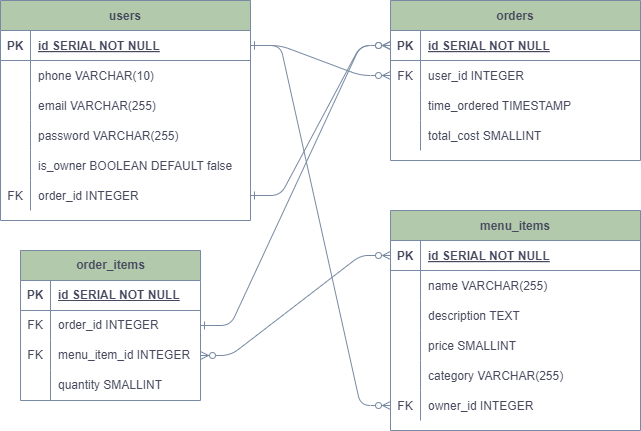
Before: planning/ERD.png, a diagram exported from draw.io (Jdob11/lazerPhoenix). Source tidied: cells renumbered, new cells last; positions are measured from the earlier drawing's top-left corner, leaving out a move shared by most shapes.
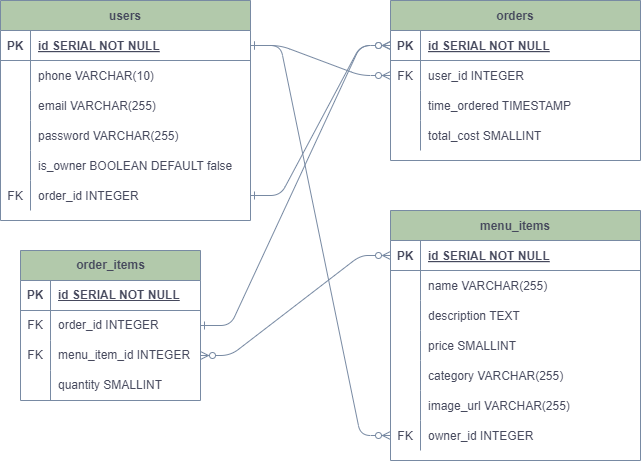
The same file after the commit.

Change to the diagram source:
```diff
@@ -45,7 +45,7 @@
       <mxGeometry x="30" width="220" height="30" as="geometry" />
     </mxCell>
     <mxCell id="16" value="menu_items" style="shape=table;startSize=30;rowLines=0;fontStyle=1;align=center;labelBackgroundColor=none;fillColor=#B2C9AB;strokeColor=#788AA3;fontColor=#46495D;" parent="1" vertex="1">
-      <mxGeometry x="390" y="210" width="250" height="220" as="geometry" />
+      <mxGeometry x="390" y="210" width="250" height="250" as="geometry" />
     </mxCell>
     <mxCell id="17" style="shape=partialRectangle;fillColor=none;points=[[0,0.5],[1,0.5]];portConstraint=eastwest;top=0;left=0;right=0;bottom=1;labelBackgroundColor=none;strokeColor=#788AA3;fontColor=#46495D;" parent="16" vertex="1">
       <mxGeometry y="30" width="250" height="30" as="geometry" />
@@ -92,8 +92,17 @@
     <mxCell id="31" value="category VARCHAR(255)" style="shape=partialRectangle;overflow=hidden;fillColor=none;top=0;left=0;bottom=0;right=0;align=left;spacingLeft=6;labelBackgroundColor=none;strokeColor=#788AA3;fontColor=#46495D;" parent="29" vertex="1">
       <mxGeometry x="30" width="220" height="30" as="geometry" />
     </mxCell>
+    <mxCell id="71" style="shape=partialRectangle;fillColor=none;top=0;left=0;right=0;bottom=0;labelBackgroundColor=none;strokeColor=#788AA3;fontColor=#46495D;" parent="16" vertex="1">
+      <mxGeometry y="180" width="250" height="30" as="geometry" />
+    </mxCell>
+    <mxCell id="72" style="shape=partialRectangle;overflow=hidden;fillColor=none;top=0;left=0;bottom=0;right=0;labelBackgroundColor=none;strokeColor=#788AA3;fontColor=#46495D;" parent="71" vertex="1">
+      <mxGeometry width="30" height="30" as="geometry" />
+    </mxCell>
+    <mxCell id="73" value="image_url VARCHAR(255)" style="shape=partialRectangle;overflow=hidden;fillColor=none;top=0;left=0;bottom=0;right=0;align=left;spacingLeft=6;labelBackgroundColor=none;strokeColor=#788AA3;fontColor=#46495D;" parent="71" vertex="1">
+      <mxGeometry x="30" width="220" height="30" as="geometry" />
+    </mxCell>
     <mxCell id="32" style="shape=partialRectangle;fillColor=none;points=[[0,0.5],[1,0.5]];portConstraint=eastwest;top=0;left=0;right=0;bottom=0;labelBackgroundColor=none;strokeColor=#788AA3;fontColor=#46495D;" parent="16" vertex="1">
-      <mxGeometry y="180" width="250" height="30" as="geometry" />
+      <mxGeometry y="210" width="250" height="30" as="geometry" />
     </mxCell>
     <mxCell id="33" value="FK" style="shape=partialRectangle;overflow=hidden;fillColor=none;top=0;left=0;bottom=0;right=0;labelBackgroundColor=none;strokeColor=#788AA3;fontColor=#46495D;" parent="32" vertex="1">
       <mxGeometry width="30" height="30" as="geometry" />
```
